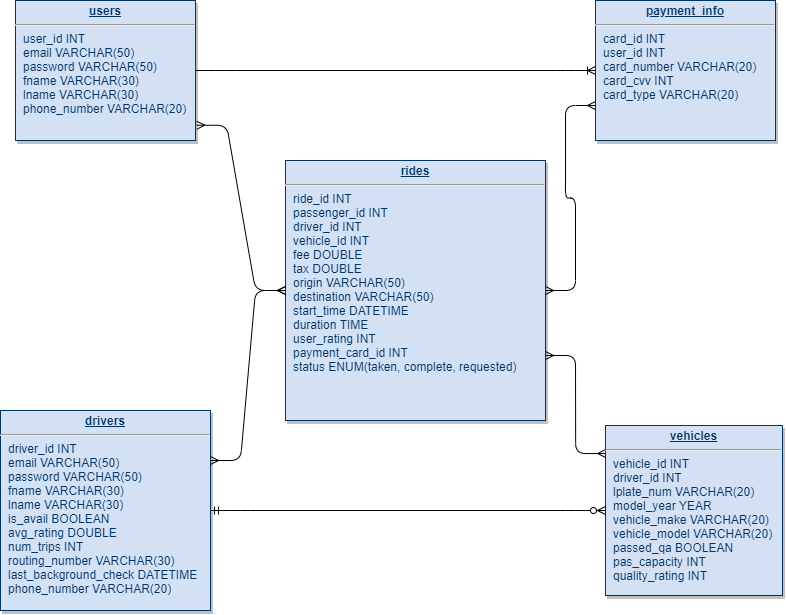
This is Database Schema 1.png from dtiberiIIT/CS-487-Project-1, a draw.io export, as it was before one commit. Source tidied: cells renumbered, new cells last; positions are measured from the earlier drawing's top-left corner, leaving out a move shared by most shapes.
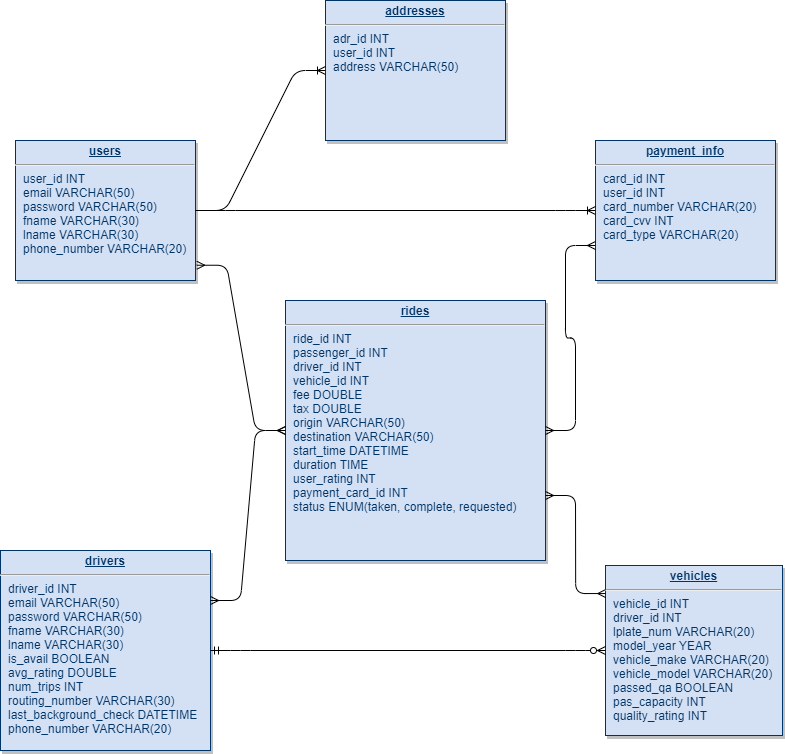
After the change.

Commit message:
Added addresses table and its crud functions. Updated schema diagram.

What changed in the source:
```diff
@@ -40,5 +40,11 @@
     <mxCell id="13" style="edgeStyle=entityRelationEdgeStyle;fontSize=12;html=1;endArrow=ERmany;startArrow=ERmany;entryX=0;entryY=0.75;entryDx=0;entryDy=0;exitX=1;exitY=0.5;exitDx=0;exitDy=0;" parent="1" edge="1" source="5" target="6">
       <mxGeometry relative="1" as="geometry" />
     </mxCell>
+    <mxCell id="14" value="&lt;p style=&quot;margin: 4px 0px 0px ; text-align: center&quot;&gt;&lt;span style=&quot;font-size: 12px&quot;&gt;&lt;b&gt;&lt;u&gt;addresses&lt;/u&gt;&lt;/b&gt;&lt;/span&gt;&lt;br&gt;&lt;/p&gt;&lt;hr&gt;&lt;p style=&quot;margin: 0px ; margin-left: 8px&quot;&gt;adr_id INT&lt;/p&gt;&lt;p style=&quot;margin: 0px ; margin-left: 8px&quot;&gt;user_id INT&lt;/p&gt;&lt;p style=&quot;margin: 0px ; margin-left: 8px&quot;&gt;address VARCHAR(50)&lt;/p&gt;&lt;p style=&quot;margin: 0px 0px 0px 8px&quot;&gt;&lt;br&gt;&lt;/p&gt;&lt;p style=&quot;margin: 0px 0px 0px 8px&quot;&gt;&lt;br&gt;&lt;/p&gt;&lt;p style=&quot;margin: 0px 0px 0px 8px&quot;&gt;&lt;br&gt;&lt;/p&gt;&lt;p style=&quot;margin: 0px 0px 0px 8px&quot;&gt;&lt;br&gt;&lt;/p&gt;" style="verticalAlign=top;align=left;overflow=fill;fontSize=12;fontFamily=Helvetica;html=1;strokeColor=#003366;shadow=1;fillColor=#D4E1F5;fontColor=#003366;" parent="1" vertex="1">
+      <mxGeometry x="325" y="-140" width="180" height="140" as="geometry" />
+    </mxCell>
+    <mxCell id="15" style="edgeStyle=entityRelationEdgeStyle;fontSize=12;html=1;endArrow=ERoneToMany;exitX=1;exitY=0.5;exitDx=0;exitDy=0;entryX=0;entryY=0.5;entryDx=0;entryDy=0;" parent="1" edge="1" source="3" target="14">
+      <mxGeometry relative="1" as="geometry" />
+    </mxCell>
   </root>
 </mxGraphModel>
```
